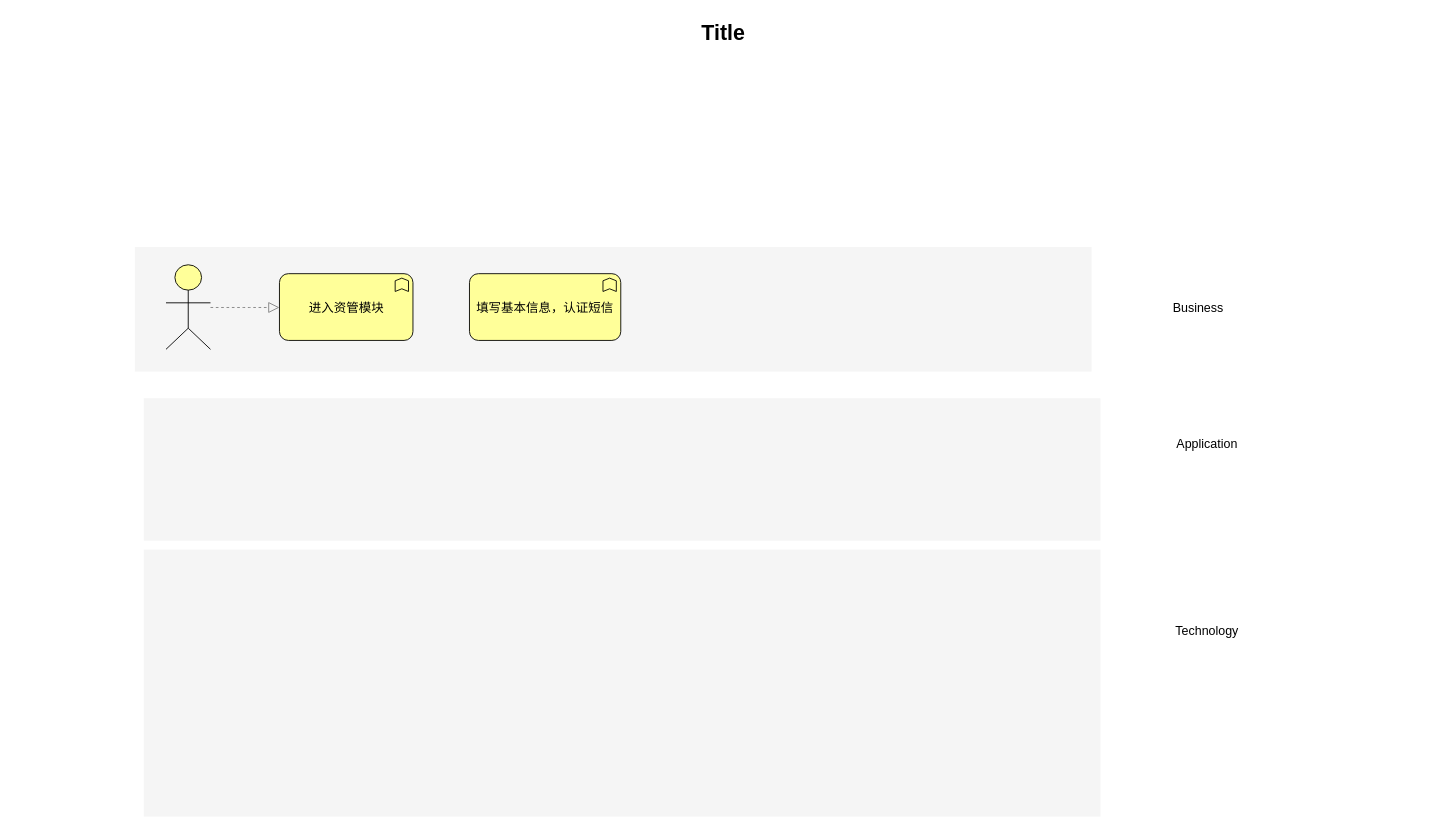
ammengke/my-drawio keeps this draw.io diagram as 资管认证流程图.drawio. Above is the earlier version. Source tidied: cells renumbered, new cells numbered last; positions are measured from the earlier drawing's top-left corner, leaving out a move shared by most shapes. Both pictures are drawn from the tidied source at 89%, with x=0, y=0 at pixel (15, 15).
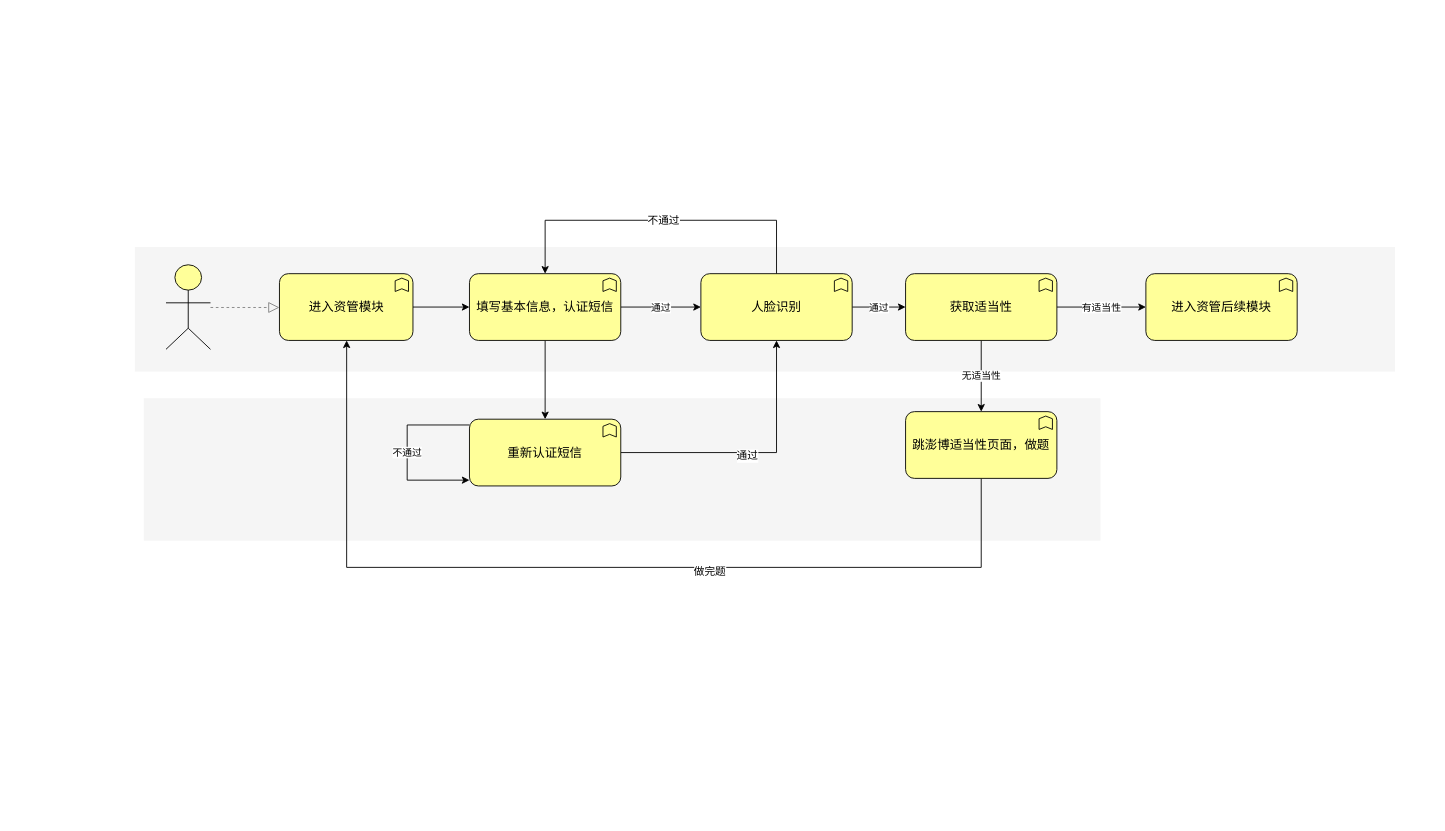
The same diagram, later.

Commit message:
Update 资管认证流程图.drawio

The change refers to these unchanged cells:
```xml
<mxCell id="5" value="进入资管模块" style="html=1;whiteSpace=wrap;fillColor=#ffff99;strokeColor=#000000;shape=mxgraph.archimate3.application;appType=func;archiType=rounded;fontSize=14;" parent="1" vertex="1">
  <mxGeometry x="296.5" y="290" width="150" height="75" as="geometry" />
</mxCell>
<mxCell id="12" value="填写基本信息，认证短信" style="html=1;whiteSpace=wrap;fillColor=#ffff99;strokeColor=#000000;shape=mxgraph.archimate3.application;appType=func;archiType=rounded;fontSize=14;" parent="1" vertex="1">
  <mxGeometry x="510" y="290" width="170" height="75" as="geometry" />
</mxCell>
```

Diff of the diagram source:
```diff
@@
-    <mxCell id="2" style="whiteSpace=wrap;html=1;strokeColor=none;strokeWidth=1;fillColor=#f5f5f5;fontSize=14;" parent="1" vertex="1">
-      <mxGeometry x="144" y="600" width="1075" height="300" as="geometry" />
-    </mxCell>
@@
-    <mxCell id="4" style="whiteSpace=wrap;html=1;strokeColor=none;strokeWidth=1;fillColor=#f5f5f5;fontSize=14;" parent="1" vertex="1">
-      <mxGeometry x="134" y="260" width="1075" height="140" as="geometry" />
+    <mxCell id="4" style="whiteSpace=wrap;html=1;strokeColor=none;strokeWidth=1;fillColor=#f5f5f5;fontSize=14;fontStyle=1;" parent="1" vertex="1">
+      <mxGeometry x="134" y="260" width="1416" height="140" as="geometry" />
     </mxCell>
+    <mxCell id="13" style="edgeStyle=orthogonalEdgeStyle;rounded=0;jettySize=auto;html=1;" parent="1" edge="1" source="5" target="12">
+      <mxGeometry relative="1" as="geometry" />
+    </mxCell>
@@
-    <mxCell id="6" value="Technology" style="text;html=1;strokeColor=none;fillColor=none;align=center;verticalAlign=middle;whiteSpace=wrap;fontSize=14;" parent="1" vertex="1">
-      <mxGeometry x="1219" y="681" width="240" height="20" as="geometry" />
-    </mxCell>
-    <mxCell id="7" value="Application" style="text;html=1;strokeColor=none;fillColor=none;align=center;verticalAlign=middle;whiteSpace=wrap;fontSize=14;" parent="1" vertex="1">
-      <mxGeometry x="1219" y="471" width="240" height="20" as="geometry" />
-    </mxCell>
-    <mxCell id="8" value="Business" style="text;html=1;strokeColor=none;fillColor=none;align=center;verticalAlign=middle;whiteSpace=wrap;fontSize=14;" parent="1" vertex="1">
-      <mxGeometry x="1209" y="319" width="240" height="20" as="geometry" />
-    </mxCell>
@@
-    <mxCell id="11" value="Title" style="text;strokeColor=none;fillColor=none;html=1;fontSize=24;fontStyle=1;verticalAlign=middle;align=center;" parent="1" vertex="1">
-      <mxGeometry width="1590" height="40" as="geometry" />
-    </mxCell>
+    <mxCell id="14" value="通过" style="edgeStyle=orthogonalEdgeStyle;rounded=0;jettySize=auto;html=1;" parent="1" edge="1" source="12" target="19">
+      <mxGeometry relative="1" as="geometry" />
+    </mxCell>
+    <mxCell id="15" style="edgeStyle=orthogonalEdgeStyle;rounded=0;jettySize=auto;html=1;" parent="1" edge="1" source="12" target="25">
+      <mxGeometry relative="1" as="geometry" />
+    </mxCell>
@@
+    <mxCell id="16" value="通过" style="edgeStyle=orthogonalEdgeStyle;rounded=0;jettySize=auto;html=1;" parent="1" edge="1" source="19" target="22">
+      <mxGeometry relative="1" as="geometry" />
+    </mxCell>
+    <mxCell id="17" style="edgeStyle=orthogonalEdgeStyle;rounded=0;jettySize=auto;html=1;entryX=0.5;entryY=0;entryDx=0;entryDy=0;entryPerimeter=0;" parent="1" edge="1" source="19" target="12">
+      <mxGeometry relative="1" as="geometry">
+        <Array as="points">
+          <mxPoint x="855" y="230" />
+          <mxPoint x="595" y="230" />
+        </Array>
+      </mxGeometry>
+    </mxCell>
+    <mxCell id="18" value="不通过" style="text;html=1;align=center;verticalAlign=middle;labelBackgroundColor=#ffffff;" parent="17" vertex="1">
+      <mxGeometry x="-0.18" y="1" relative="1" as="geometry">
+        <mxPoint x="-32" y="-1" as="offset" />
+      </mxGeometry>
+    </mxCell>
+    <mxCell id="19" value="人脸识别" style="html=1;whiteSpace=wrap;fillColor=#ffff99;strokeColor=#000000;shape=mxgraph.archimate3.application;appType=func;archiType=rounded;fontSize=14;" parent="1" vertex="1">
+      <mxGeometry x="770" y="290" width="170" height="75" as="geometry" />
+    </mxCell>
+    <mxCell id="20" value="无适当性" style="edgeStyle=orthogonalEdgeStyle;rounded=0;jettySize=auto;html=1;" parent="1" edge="1" source="22" target="29">
+      <mxGeometry relative="1" as="geometry" />
+    </mxCell>
+    <mxCell id="21" value="有适当性" style="edgeStyle=orthogonalEdgeStyle;rounded=0;jettySize=auto;html=1;" parent="1" edge="1" source="22" target="30">
+      <mxGeometry relative="1" as="geometry" />
+    </mxCell>
+    <mxCell id="22" value="获取适当性" style="html=1;whiteSpace=wrap;fillColor=#ffff99;strokeColor=#000000;shape=mxgraph.archimate3.application;appType=func;archiType=rounded;fontSize=14;" parent="1" vertex="1">
+      <mxGeometry x="1000" y="290" width="170" height="75" as="geometry" />
+    </mxCell>
+    <mxCell id="23" style="edgeStyle=orthogonalEdgeStyle;rounded=0;jettySize=auto;html=1;entryX=0.5;entryY=1;entryDx=0;entryDy=0;entryPerimeter=0;" parent="1" edge="1" source="25" target="19">
+      <mxGeometry relative="1" as="geometry" />
+    </mxCell>
+    <mxCell id="24" value="通过" style="text;html=1;align=center;verticalAlign=middle;labelBackgroundColor=#ffffff;" parent="23" vertex="1">
+      <mxGeometry x="-0.06" y="-3" relative="1" as="geometry" />
+    </mxCell>
+    <mxCell id="25" value="重新认证短信" style="html=1;whiteSpace=wrap;fillColor=#ffff99;strokeColor=#000000;shape=mxgraph.archimate3.application;appType=func;archiType=rounded;fontSize=14;" parent="1" vertex="1">
+      <mxGeometry x="510" y="453.5" width="170" height="75" as="geometry" />
+    </mxCell>
+    <mxCell id="26" value="不通过" style="edgeStyle=orthogonalEdgeStyle;rounded=0;orthogonalLoop=1;jettySize=auto;html=1;" parent="1" edge="1" source="25" target="25">
+      <mxGeometry relative="1" as="geometry">
+        <Array as="points">
+          <mxPoint x="440" y="460" />
+        </Array>
+      </mxGeometry>
+    </mxCell>
+    <mxCell id="27" style="edgeStyle=orthogonalEdgeStyle;rounded=0;jettySize=auto;html=1;" parent="1" edge="1" source="29" target="5">
+      <mxGeometry relative="1" as="geometry">
+        <Array as="points">
+          <mxPoint x="1085" y="620" />
+          <mxPoint x="372" y="620" />
+        </Array>
+      </mxGeometry>
+    </mxCell>
+    <mxCell id="28" value="做完题" style="text;html=1;align=center;verticalAlign=middle;labelBackgroundColor=#ffffff;" parent="27" vertex="1">
+      <mxGeometry x="-0.24" y="4" relative="1" as="geometry" />
+    </mxCell>
+    <mxCell id="29" value="跳澎博适当性页面，做题" style="html=1;whiteSpace=wrap;fillColor=#ffff99;strokeColor=#000000;shape=mxgraph.archimate3.application;appType=func;archiType=rounded;fontSize=14;" parent="1" vertex="1">
+      <mxGeometry x="1000" y="445" width="170" height="75" as="geometry" />
+    </mxCell>
+    <mxCell id="30" value="进入资管后续模块" style="html=1;whiteSpace=wrap;fillColor=#ffff99;strokeColor=#000000;shape=mxgraph.archimate3.application;appType=func;archiType=rounded;fontSize=14;" parent="1" vertex="1">
+      <mxGeometry x="1270" y="290" width="170" height="75" as="geometry" />
+    </mxCell>
```
